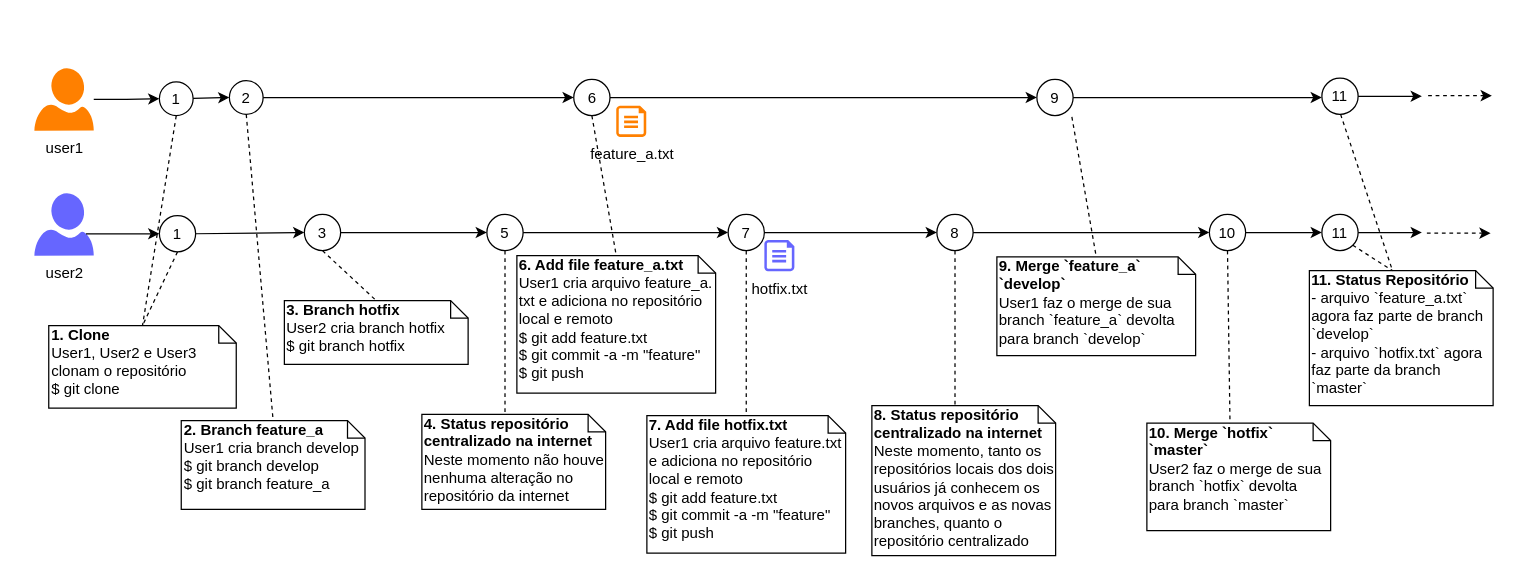
Before: doc/GitTimeline-Example-01.drawio in josemarsilva/eval-git, a draw.io diagram. Source tidied: cells renumbered, new cells numbered last; positions are measured from the earlier drawing's top-left corner, leaving out a move shared by most shapes. Both pictures are drawn from the tidied source at 125%, with x=0, y=0 at pixel (34, 68).
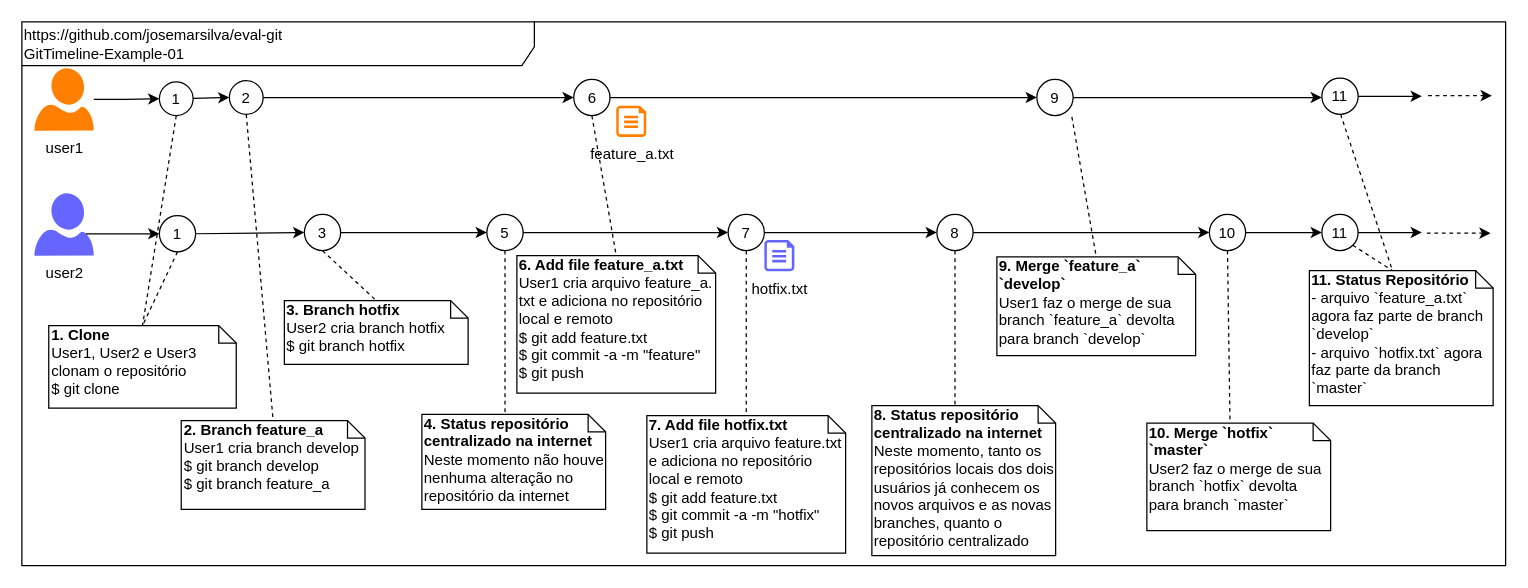
The same page after the edit.

Diff of the diagram source:
```diff
@@
+    <mxCell id="56" value="https://github.com/josemarsilva/eval-git&lt;br&gt;GitTimeline-Example-01" style="shape=umlFrame;whiteSpace=wrap;html=1;width=410;height=35;align=left;" parent="1" vertex="1">
+      <mxGeometry x="-10" y="-37" width="1187" height="435" as="geometry" />
+    </mxCell>
@@
-    <mxCell id="29" value="&lt;b&gt;7. Add file hotfix.txt&lt;br&gt;&lt;/b&gt;User1 cria arquivo feature.txt&lt;br&gt;e adiciona no repositório local e remoto&lt;br&gt;$ git add feature.txt&lt;br&gt;$ git commit -a -m &quot;feature&quot;&lt;br&gt;$ git push&lt;br&gt;" style="shape=note;whiteSpace=wrap;html=1;size=14;verticalAlign=top;align=left;spacingTop=-6;fillColor=none;" parent="1" vertex="1">
+    <mxCell id="29" value="&lt;b&gt;7. Add file hotfix.txt&lt;br&gt;&lt;/b&gt;User1 cria arquivo feature.txt&lt;br&gt;e adiciona no repositório local e remoto&lt;br&gt;$ git add feature.txt&lt;br&gt;$ git commit -a -m &quot;hotfix&quot;&lt;br&gt;$ git push" style="shape=note;whiteSpace=wrap;html=1;size=14;verticalAlign=top;align=left;spacingTop=-6;fillColor=none;" parent="1" vertex="1">
       <mxGeometry x="490" y="278" width="159" height="110" as="geometry" />
     </mxCell>
```
